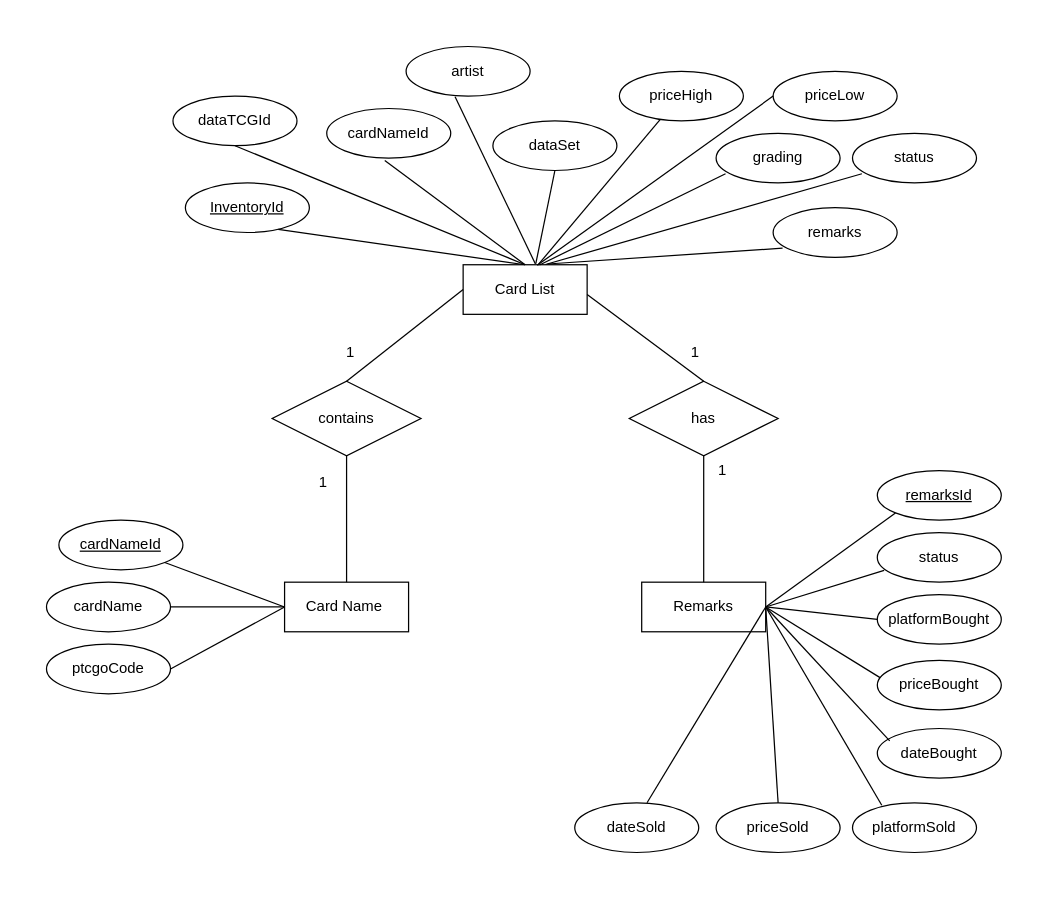
Before: page "Hansen_qn2_ERdiagram" (6 of 12) of Hansen.drawio in Leow0069/TFIP-Capstone, a draw.io diagram. Source tidied: cells renumbered, new cells numbered last; positions are measured from the earlier drawing's top-left corner, leaving out a move shared by most shapes. Both pictures are drawn from the tidied source at 124%, with x=0, y=0 at pixel (21, 21).
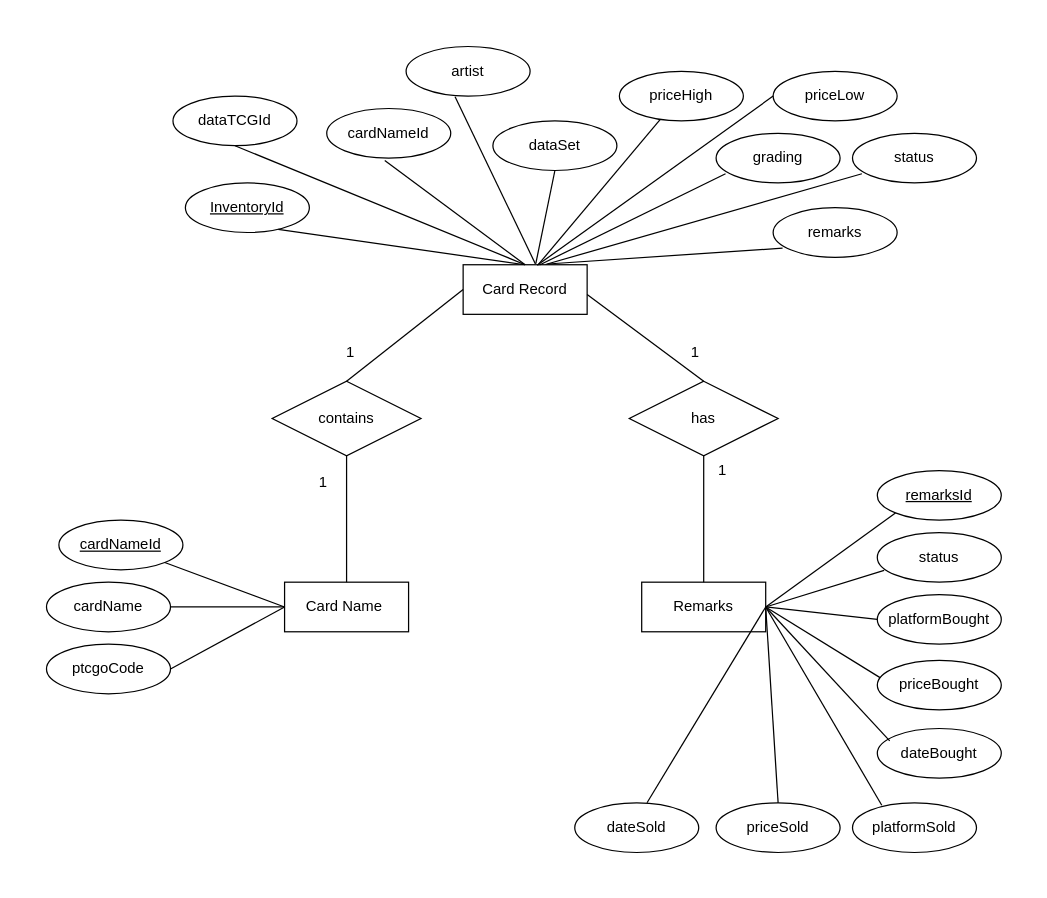
After the change.

Unchanged cells that the change refers to:
```xml
<mxCell id="2" style="group;" parent="1" vertex="1">
  <mxGeometry width="810" height="690" as="geometry" />
</mxCell>
```

Change to the diagram source:
```diff
@@
-    <mxCell id="4" value="Card List" style="whiteSpace=wrap;html=1;align=center;labelBackgroundColor=none;" parent="2" vertex="1">
+    <mxCell id="4" value="Card Record" style="whiteSpace=wrap;html=1;align=center;labelBackgroundColor=none;" parent="2" vertex="1">
       <mxGeometry x="356" y="196" width="100" height="40" as="geometry" />
     </mxCell>
```
